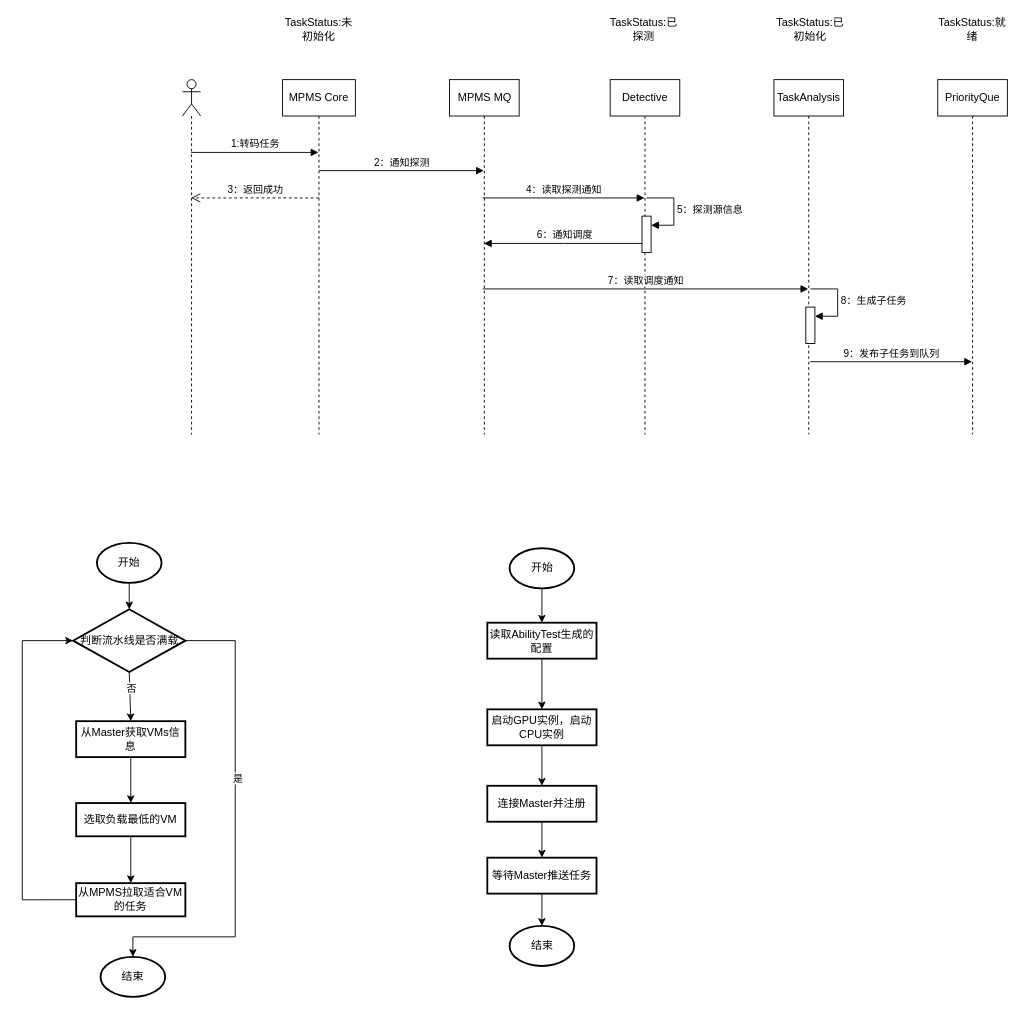
This is page "顺序图" (3 of 3) of 梧桐.drawio from zebra-min/my-design, a draw.io file, before an edit. Source tidied: cells renumbered, new cells numbered last; positions are measured from the earlier drawing's top-left corner, leaving out a move shared by most shapes. Both pictures are drawn from the tidied source at 91%, with x=0, y=0 at pixel (22, 15).
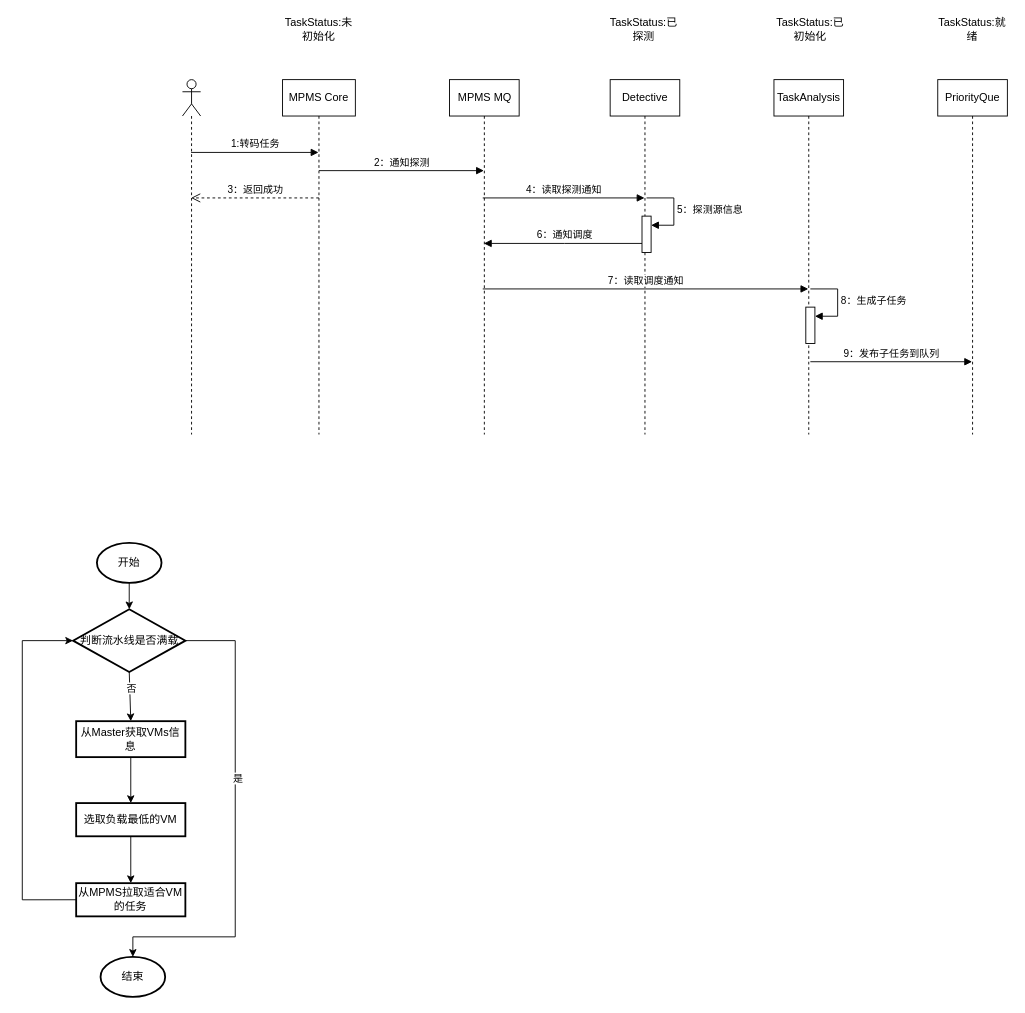
The same page after the edit.

Diff of the diagram source:
```diff
@@
-    <mxCell id="37" style="edgeStyle=orthogonalEdgeStyle;rounded=0;jettySize=auto;html=1;exitX=0.5;exitY=1;exitDx=0;exitDy=0;exitPerimeter=0;entryX=0.5;entryY=0;entryDx=0;entryDy=0;" parent="1" edge="1" source="38" target="40">
-      <mxGeometry relative="1" as="geometry" />
-    </mxCell>
-    <mxCell id="38" value="开始" style="strokeWidth=2;html=1;shape=mxgraph.flowchart.start_1;whiteSpace=wrap;" parent="1" vertex="1">
-      <mxGeometry x="535.5" y="585" width="71" height="44" as="geometry" />
-    </mxCell>
-    <mxCell id="39" style="edgeStyle=orthogonalEdgeStyle;rounded=0;jettySize=auto;html=1;" parent="1" edge="1" source="40" target="42">
-      <mxGeometry relative="1" as="geometry" />
-    </mxCell>
-    <mxCell id="40" value="读取AbilityTest生成的配置" style="whiteSpace=wrap;html=1;strokeWidth=2;" parent="1" vertex="1">
-      <mxGeometry x="511" y="666.8" width="120" height="39.5" as="geometry" />
-    </mxCell>
-    <mxCell id="41" style="edgeStyle=orthogonalEdgeStyle;rounded=0;jettySize=auto;html=1;exitX=0.5;exitY=1;exitDx=0;exitDy=0;entryX=0.5;entryY=0;entryDx=0;entryDy=0;" parent="1" edge="1" source="42" target="44">
-      <mxGeometry relative="1" as="geometry" />
-    </mxCell>
-    <mxCell id="42" value="启动GPU实例，启动CPU实例" style="whiteSpace=wrap;html=1;strokeWidth=2;" parent="1" vertex="1">
-      <mxGeometry x="511" y="762" width="120" height="39.5" as="geometry" />
-    </mxCell>
-    <mxCell id="43" style="edgeStyle=orthogonalEdgeStyle;rounded=0;jettySize=auto;html=1;" parent="1" edge="1" source="44" target="45">
-      <mxGeometry relative="1" as="geometry" />
-    </mxCell>
-    <mxCell id="44" value="连接Master并注册" style="whiteSpace=wrap;html=1;strokeWidth=2;" parent="1" vertex="1">
-      <mxGeometry x="511" y="846" width="120" height="39.5" as="geometry" />
-    </mxCell>
-    <mxCell id="45" value="等待Master推送任务" style="whiteSpace=wrap;html=1;strokeWidth=2;" parent="1" vertex="1">
-      <mxGeometry x="511" y="925" width="120" height="39.5" as="geometry" />
-    </mxCell>
-    <mxCell id="46" value="结束" style="strokeWidth=2;html=1;shape=mxgraph.flowchart.start_1;whiteSpace=wrap;" parent="1" vertex="1">
-      <mxGeometry x="535.5" y="1000" width="71" height="44" as="geometry" />
-    </mxCell>
-    <mxCell id="47" style="edgeStyle=orthogonalEdgeStyle;rounded=0;jettySize=auto;html=1;exitX=0.5;exitY=1;exitDx=0;exitDy=0;entryX=0.5;entryY=0;entryDx=0;entryDy=0;entryPerimeter=0;" parent="1" edge="1" source="45" target="46">
-      <mxGeometry relative="1" as="geometry" />
-    </mxCell>
```
